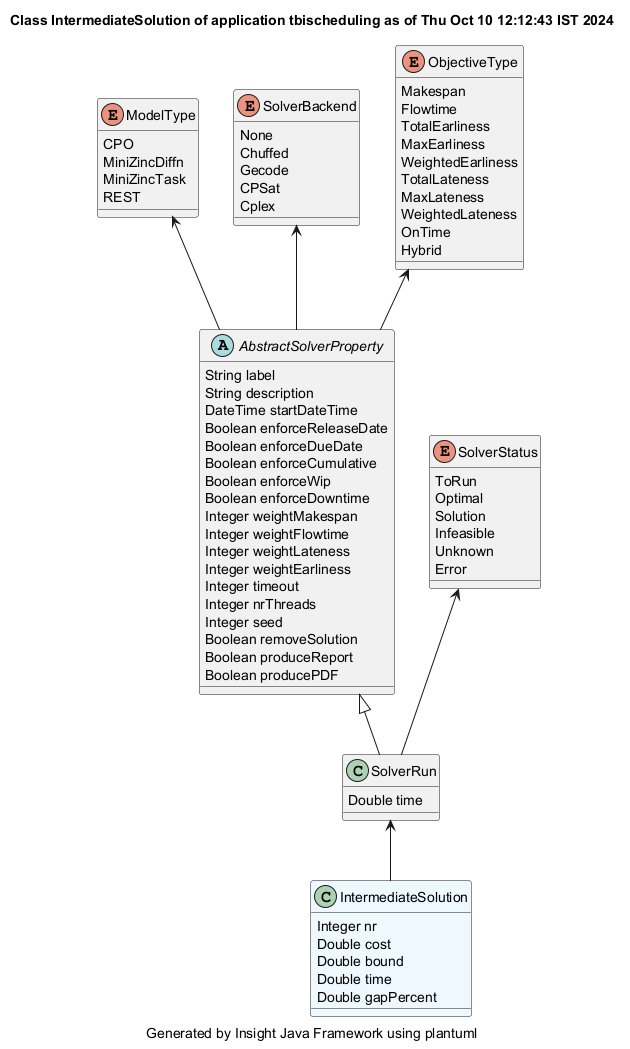
Earlier version of the PlantUML export demonstrator/tbischeduling/site/plantuml/IntermediateSolution.png (hsimonis/schedulingtraining). The source it was exported from:
```plantuml
@startuml
title Class IntermediateSolution of application tbischeduling as of Thu Oct 10 12:12:43 IST 2024
caption Generated by Insight Java Framework using plantuml
class IntermediateSolution #aliceblue
IntermediateSolution : Integer nr
IntermediateSolution : Double cost
IntermediateSolution : Double bound
IntermediateSolution : Double time
IntermediateSolution : Double gapPercent

SolverRun  <-- IntermediateSolution
class SolverRun
SolverRun : Double time

AbstractSolverProperty <|-- SolverRun
abstract AbstractSolverProperty
AbstractSolverProperty : String label
AbstractSolverProperty : String description
AbstractSolverProperty : DateTime startDateTime
AbstractSolverProperty : Boolean enforceReleaseDate
AbstractSolverProperty : Boolean enforceDueDate
AbstractSolverProperty : Boolean enforceCumulative
AbstractSolverProperty : Boolean enforceWip
AbstractSolverProperty : Boolean enforceDowntime
AbstractSolverProperty : Integer weightMakespan
AbstractSolverProperty : Integer weightFlowtime
AbstractSolverProperty : Integer weightLateness
AbstractSolverProperty : Integer weightEarliness
AbstractSolverProperty : Integer timeout
AbstractSolverProperty : Integer nrThreads
AbstractSolverProperty : Integer seed
AbstractSolverProperty : Boolean removeSolution
AbstractSolverProperty : Boolean produceReport
AbstractSolverProperty : Boolean producePDF

enum ModelType
ModelType : CPO
ModelType : MiniZincDiffn
ModelType : MiniZincTask
ModelType : REST
ModelType <-- AbstractSolverProperty
enum SolverBackend
SolverBackend : None
SolverBackend : Chuffed
SolverBackend : Gecode
SolverBackend : CPSat
SolverBackend : Cplex
SolverBackend <-- AbstractSolverProperty
enum ObjectiveType
ObjectiveType : Makespan
ObjectiveType : Flowtime
ObjectiveType : TotalEarliness
ObjectiveType : MaxEarliness
ObjectiveType : WeightedEarliness
ObjectiveType : TotalLateness
ObjectiveType : MaxLateness
ObjectiveType : WeightedLateness
ObjectiveType : OnTime
ObjectiveType : Hybrid
ObjectiveType <-- AbstractSolverProperty
enum SolverStatus
SolverStatus : ToRun
SolverStatus : Optimal
SolverStatus : Solution
SolverStatus : Infeasible
SolverStatus : Unknown
SolverStatus : Error
SolverStatus <-- SolverRun
@enduml
```
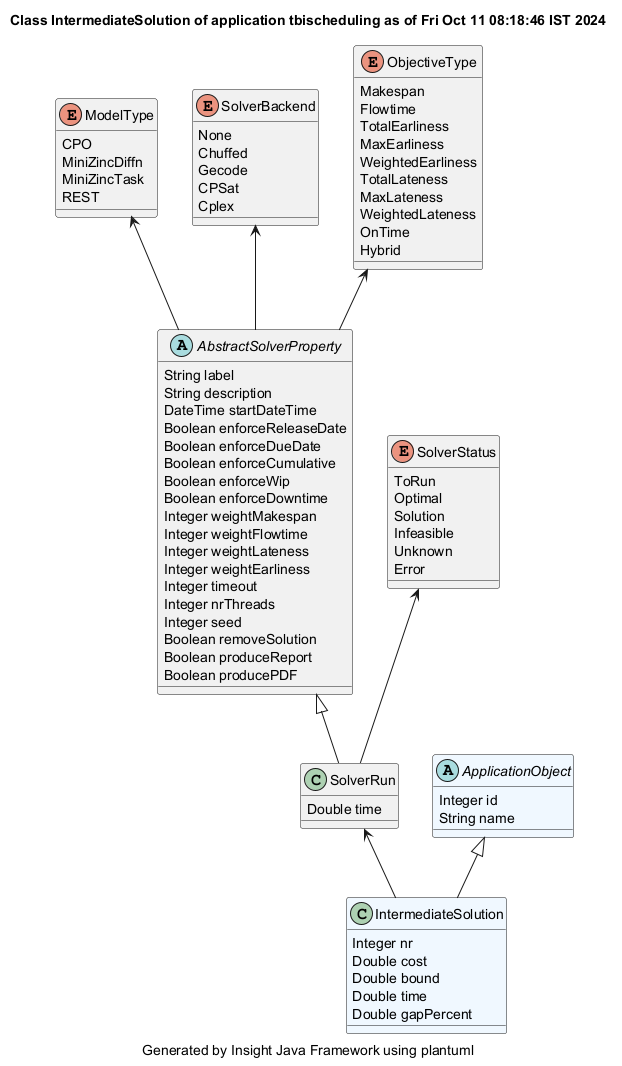
Above is the later version.

Diff of the diagram source:
```diff
@@ -1,5 +1,5 @@
 @startuml
-title Class IntermediateSolution of application tbischeduling as of Thu Oct 10 12:12:43 IST 2024
+title Class IntermediateSolution of application tbischeduling as of Fri Oct 11 08:18:46 IST 2024
 caption Generated by Insight Java Framework using plantuml
 class IntermediateSolution #aliceblue
 IntermediateSolution : Integer nr
@@ -66,4 +66,9 @@
 SolverStatus : Unknown
 SolverStatus : Error
 SolverStatus <-- SolverRun
+abstract ApplicationObject #aliceblue
+ApplicationObject : Integer id
+ApplicationObject : String name
+
+ApplicationObject <|-- IntermediateSolution
 @enduml
```
